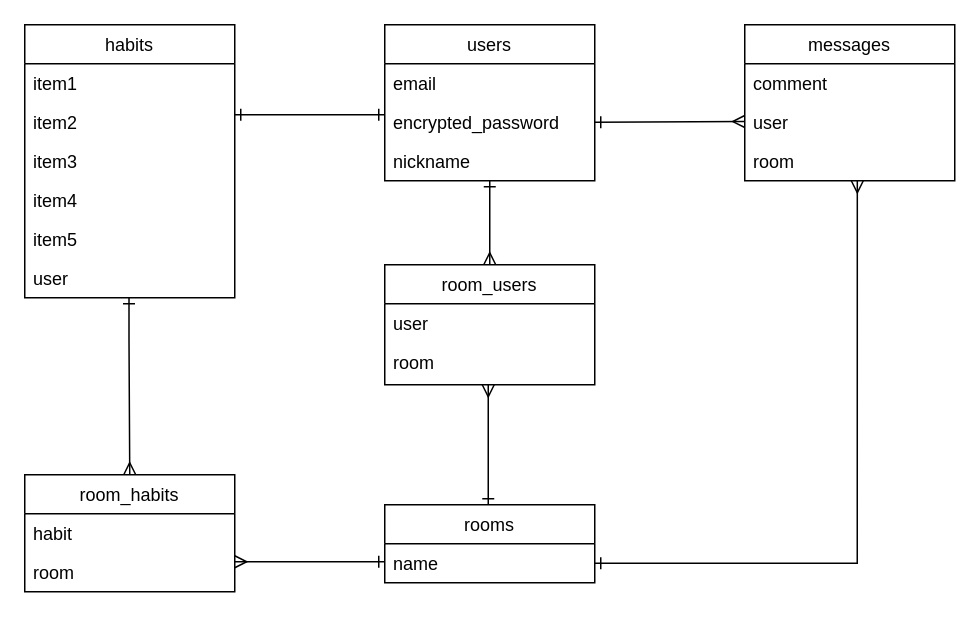
Before: ER.dio in soetakara/habit_share-app, a draw.io diagram. Source tidied: cells renumbered, new cells numbered last; positions are measured from the earlier drawing's top-left corner, leaving out a move shared by most shapes. Both pictures are drawn from the tidied source at 150%, with x=0, y=0 at pixel (24, 24).
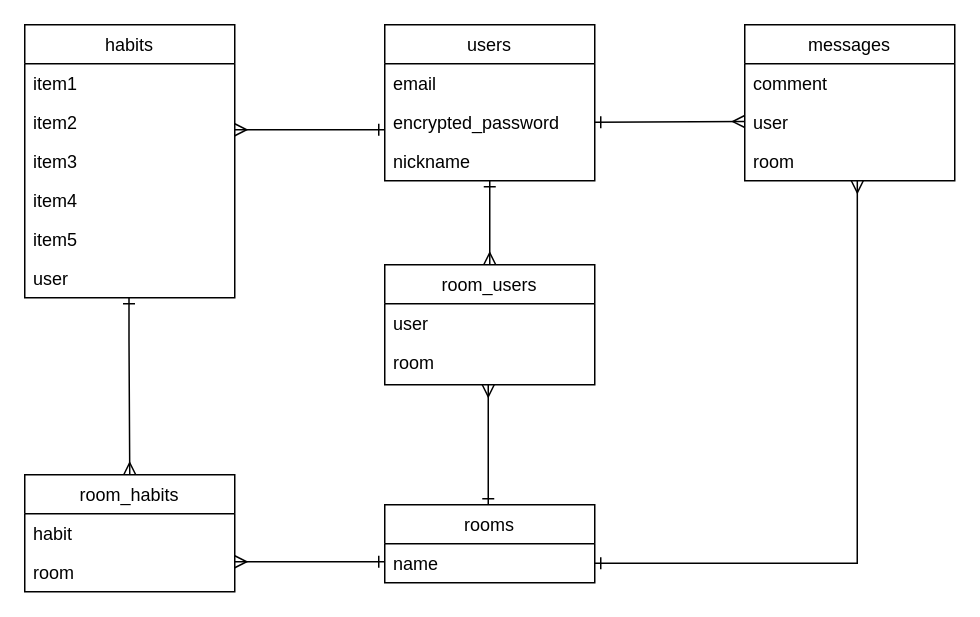
The same page after the edit.

Commit message:
ER図の修正（user-habit間）

Unchanged cells that the change refers to:
```xml
<mxCell id="19" value="item2" style="text;strokeColor=none;fillColor=none;align=left;verticalAlign=top;spacingLeft=4;spacingRight=4;overflow=hidden;points=[[0,0.5],[1,0.5]];portConstraint=eastwest;" parent="17" vertex="1">
  <mxGeometry y="52" width="140" height="26" as="geometry" />
</mxCell>
```

The edit, as a diff of the source:
```diff
@@
-    <mxCell id="30" style="edgeStyle=orthogonalEdgeStyle;rounded=0;jettySize=auto;html=1;startArrow=ERone;startFill=0;endArrow=ERone;endFill=0;" parent="1" edge="1" target="19">
-      <mxGeometry relative="1" as="geometry">
-        <mxPoint x="240" y="60" as="sourcePoint" />
-        <Array as="points">
-          <mxPoint x="160" y="60" />
-          <mxPoint x="160" y="60" />
-        </Array>
-      </mxGeometry>
-    </mxCell>
@@
+    <mxCell id="32" style="edgeStyle=orthogonalEdgeStyle;rounded=0;orthogonalLoop=1;jettySize=auto;html=1;endArrow=ERmany;endFill=0;startArrow=ERone;startFill=0;" parent="1" edge="1">
+      <mxGeometry relative="1" as="geometry">
+        <mxPoint x="240" y="70" as="sourcePoint" />
+        <mxPoint x="140" y="70" as="targetPoint" />
+      </mxGeometry>
+    </mxCell>
```
